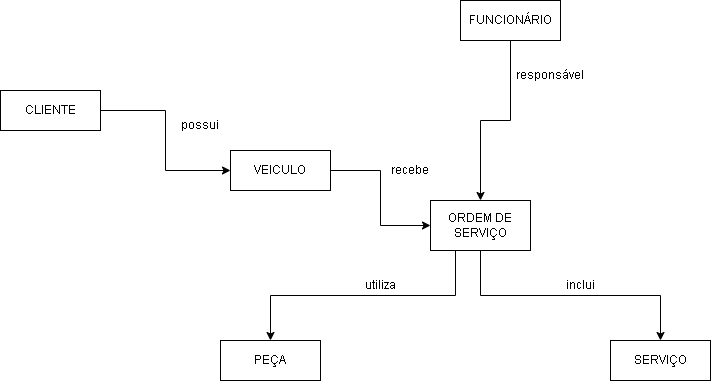
Earlier version of the draw.io export docs/database/diagrams/01-Simple-Diagram.png (Tittozo/Project-FeioDiesel). Source tidied: cells renumbered, new cells last; positions are measured from the earlier drawing's top-left corner, leaving out a move shared by most shapes.
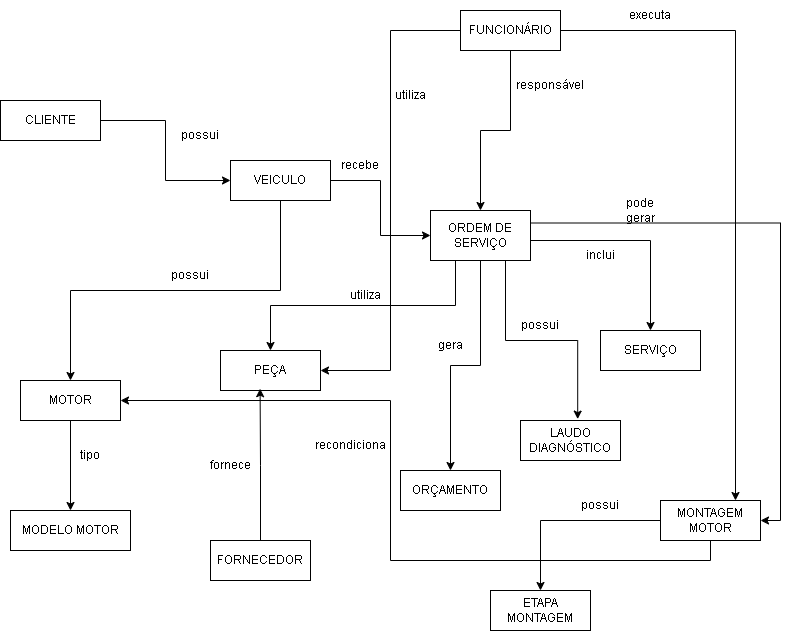
After the change.

What changed in the source:
```diff
@@ -11,15 +11,27 @@
     <mxCell id="4" style="edgeStyle=orthogonalEdgeStyle;rounded=0;jettySize=auto;html=1;entryX=0;entryY=0.5;entryDx=0;entryDy=0;" parent="1" edge="1" source="5" target="8">
       <mxGeometry relative="1" as="geometry" />
     </mxCell>
+    <mxCell id="18" style="edgeStyle=orthogonalEdgeStyle;rounded=0;jettySize=auto;html=1;exitX=0.5;exitY=1;exitDx=0;exitDy=0;entryX=0.5;entryY=0;entryDx=0;entryDy=0;" parent="1" edge="1" source="5" target="24">
+      <mxGeometry relative="1" as="geometry" />
+    </mxCell>
     <mxCell id="5" value="VEICULO" style="whiteSpace=wrap;html=1;align=center;" parent="1" vertex="1">
       <mxGeometry x="230" y="150" width="100" height="40" as="geometry" />
     </mxCell>
     <mxCell id="6" style="edgeStyle=orthogonalEdgeStyle;rounded=0;jettySize=auto;html=1;exitX=0.25;exitY=1;exitDx=0;exitDy=0;" parent="1" edge="1" source="8" target="13">
       <mxGeometry relative="1" as="geometry" />
     </mxCell>
-    <mxCell id="7" style="edgeStyle=orthogonalEdgeStyle;rounded=0;jettySize=auto;html=1;exitX=0.5;exitY=1;exitDx=0;exitDy=0;entryX=0.5;entryY=0;entryDx=0;entryDy=0;" parent="1" edge="1" source="8" target="11">
-      <mxGeometry relative="1" as="geometry" />
+    <mxCell id="7" style="edgeStyle=orthogonalEdgeStyle;rounded=0;orthogonalLoop=1;jettySize=auto;html=1;exitX=0.5;exitY=1;exitDx=0;exitDy=0;entryX=0.5;entryY=0;entryDx=0;entryDy=0;" parent="1" edge="1">
+      <mxGeometry relative="1" as="geometry">
+        <mxPoint x="470" y="230" as="sourcePoint" />
+        <mxPoint x="650" y="320" as="targetPoint" />
+      </mxGeometry>
     </mxCell>
+    <mxCell id="19" style="edgeStyle=orthogonalEdgeStyle;rounded=0;jettySize=auto;html=1;exitX=0.5;exitY=1;exitDx=0;exitDy=0;entryX=0.5;entryY=0;entryDx=0;entryDy=0;" parent="1" edge="1" source="8" target="28">
+      <mxGeometry relative="1" as="geometry" />
+    </mxCell>
+    <mxCell id="20" style="edgeStyle=orthogonalEdgeStyle;rounded=0;jettySize=auto;html=1;exitX=1;exitY=0.25;exitDx=0;exitDy=0;entryX=1;entryY=0.5;entryDx=0;entryDy=0;" parent="1" edge="1" source="8" target="35">
+      <mxGeometry relative="1" as="geometry" />
+    </mxCell>
     <mxCell id="8" value="ORDEM DE SERVIÇO" style="whiteSpace=wrap;html=1;align=center;" parent="1" vertex="1">
       <mxGeometry x="430" y="200" width="100" height="50" as="geometry" />
     </mxCell>
@@ -27,28 +39,100 @@
       <mxGeometry x="170" y="110" width="60" height="30" as="geometry" />
     </mxCell>
     <mxCell id="10" value="recebe" style="text;html=1;whiteSpace=wrap;strokeColor=none;fillColor=none;align=center;verticalAlign=middle;rounded=0;" parent="1" vertex="1">
-      <mxGeometry x="380" y="155" width="60" height="30" as="geometry" />
+      <mxGeometry x="330" y="140" width="60" height="30" as="geometry" />
     </mxCell>
     <mxCell id="11" value="SERVIÇO" style="whiteSpace=wrap;html=1;align=center;" parent="1" vertex="1">
-      <mxGeometry x="610" y="340" width="100" height="40" as="geometry" />
+      <mxGeometry x="600" y="320" width="100" height="40" as="geometry" />
     </mxCell>
     <mxCell id="12" value="inclui" style="text;html=1;whiteSpace=wrap;strokeColor=none;fillColor=none;align=center;verticalAlign=middle;rounded=0;" parent="1" vertex="1">
-      <mxGeometry x="550" y="270" width="60" height="30" as="geometry" />
+      <mxGeometry x="570" y="230" width="60" height="30" as="geometry" />
     </mxCell>
     <mxCell id="13" value="PEÇA" style="whiteSpace=wrap;html=1;align=center;" parent="1" vertex="1">
       <mxGeometry x="220" y="340" width="100" height="40" as="geometry" />
     </mxCell>
     <mxCell id="14" value="utiliza" style="text;html=1;whiteSpace=wrap;strokeColor=none;fillColor=none;align=center;verticalAlign=middle;rounded=0;" parent="1" vertex="1">
-      <mxGeometry x="350" y="270" width="60" height="30" as="geometry" />
+      <mxGeometry x="335" y="270" width="60" height="30" as="geometry" />
     </mxCell>
     <mxCell id="15" style="edgeStyle=orthogonalEdgeStyle;rounded=0;jettySize=auto;html=1;exitX=0.5;exitY=1;exitDx=0;exitDy=0;entryX=0.5;entryY=0;entryDx=0;entryDy=0;" parent="1" edge="1" source="16" target="8">
       <mxGeometry relative="1" as="geometry" />
     </mxCell>
+    <mxCell id="21" style="edgeStyle=orthogonalEdgeStyle;rounded=0;jettySize=auto;html=1;exitX=1;exitY=0.5;exitDx=0;exitDy=0;entryX=0.75;entryY=0;entryDx=0;entryDy=0;" parent="1" edge="1" source="16" target="35">
+      <mxGeometry relative="1" as="geometry" />
+    </mxCell>
+    <mxCell id="22" style="edgeStyle=orthogonalEdgeStyle;rounded=0;jettySize=auto;html=1;exitX=0;exitY=0.5;exitDx=0;exitDy=0;entryX=1;entryY=0.5;entryDx=0;entryDy=0;" parent="1" edge="1" source="16" target="13">
+      <mxGeometry relative="1" as="geometry" />
+    </mxCell>
     <mxCell id="16" value="FUNCIONÁRIO" style="whiteSpace=wrap;html=1;align=center;" parent="1" vertex="1">
       <mxGeometry x="460" width="100" height="40" as="geometry" />
     </mxCell>
     <mxCell id="17" value="responsável" style="text;html=1;whiteSpace=wrap;strokeColor=none;fillColor=none;align=center;verticalAlign=middle;rounded=0;" parent="1" vertex="1">
       <mxGeometry x="520" y="60" width="60" height="30" as="geometry" />
     </mxCell>
+    <mxCell id="23" style="edgeStyle=orthogonalEdgeStyle;rounded=0;jettySize=auto;html=1;exitX=0.5;exitY=1;exitDx=0;exitDy=0;entryX=0.5;entryY=0;entryDx=0;entryDy=0;" parent="1" edge="1" source="24" target="26">
+      <mxGeometry relative="1" as="geometry" />
+    </mxCell>
+    <mxCell id="24" value="MOTOR" style="whiteSpace=wrap;html=1;align=center;" parent="1" vertex="1">
+      <mxGeometry x="20" y="370" width="100" height="40" as="geometry" />
+    </mxCell>
+    <mxCell id="25" value="possui" style="text;html=1;whiteSpace=wrap;strokeColor=none;fillColor=none;align=center;verticalAlign=middle;rounded=0;" parent="1" vertex="1">
+      <mxGeometry x="160" y="250" width="60" height="30" as="geometry" />
+    </mxCell>
+    <mxCell id="26" value="MODELO MOTOR" style="whiteSpace=wrap;html=1;align=center;" parent="1" vertex="1">
+      <mxGeometry x="10" y="500" width="120" height="40" as="geometry" />
+    </mxCell>
+    <mxCell id="27" value="tipo" style="text;html=1;whiteSpace=wrap;strokeColor=none;fillColor=none;align=center;verticalAlign=middle;rounded=0;" parent="1" vertex="1">
+      <mxGeometry x="60" y="430" width="60" height="30" as="geometry" />
+    </mxCell>
+    <mxCell id="28" value="ORÇAMENTO" style="whiteSpace=wrap;html=1;align=center;" parent="1" vertex="1">
+      <mxGeometry x="400" y="460" width="100" height="40" as="geometry" />
+    </mxCell>
+    <mxCell id="29" value="gera" style="text;html=1;whiteSpace=wrap;strokeColor=none;fillColor=none;align=center;verticalAlign=middle;rounded=0;" parent="1" vertex="1">
+      <mxGeometry x="420" y="320" width="60" height="30" as="geometry" />
+    </mxCell>
+    <mxCell id="30" value="LAUDO&lt;div&gt;DIAGNÓSTICO&lt;/div&gt;" style="whiteSpace=wrap;html=1;align=center;" parent="1" vertex="1">
+      <mxGeometry x="520" y="410" width="100" height="40" as="geometry" />
+    </mxCell>
+    <mxCell id="31" style="edgeStyle=orthogonalEdgeStyle;rounded=0;jettySize=auto;html=1;exitX=0.75;exitY=1;exitDx=0;exitDy=0;entryX=0.572;entryY=-0.035;entryDx=0;entryDy=0;entryPerimeter=0;" parent="1" edge="1" source="8" target="30">
+      <mxGeometry relative="1" as="geometry" />
+    </mxCell>
+    <mxCell id="32" value="possui" style="text;html=1;whiteSpace=wrap;strokeColor=none;fillColor=none;align=center;verticalAlign=middle;rounded=0;" parent="1" vertex="1">
+      <mxGeometry x="510" y="300" width="60" height="30" as="geometry" />
+    </mxCell>
+    <mxCell id="33" style="edgeStyle=orthogonalEdgeStyle;rounded=0;jettySize=auto;html=1;exitX=0;exitY=0.5;exitDx=0;exitDy=0;entryX=0.5;entryY=0;entryDx=0;entryDy=0;" parent="1" edge="1" source="35" target="36">
+      <mxGeometry relative="1" as="geometry" />
+    </mxCell>
+    <mxCell id="34" style="edgeStyle=orthogonalEdgeStyle;rounded=0;jettySize=auto;html=1;exitX=0.5;exitY=1;exitDx=0;exitDy=0;entryX=1;entryY=0.5;entryDx=0;entryDy=0;" parent="1" edge="1" source="35" target="24">
+      <mxGeometry relative="1" as="geometry" />
+    </mxCell>
+    <mxCell id="35" value="MONTAGEM&lt;div&gt;MOTOR&lt;/div&gt;" style="whiteSpace=wrap;html=1;align=center;" parent="1" vertex="1">
+      <mxGeometry x="660" y="490" width="100" height="40" as="geometry" />
+    </mxCell>
+    <mxCell id="36" value="ETAPA&lt;div&gt;MONTAGEM&lt;/div&gt;" style="whiteSpace=wrap;html=1;align=center;" parent="1" vertex="1">
+      <mxGeometry x="490" y="580" width="100" height="40" as="geometry" />
+    </mxCell>
+    <mxCell id="37" value="pode gerar" style="text;html=1;whiteSpace=wrap;strokeColor=none;fillColor=none;align=center;verticalAlign=middle;rounded=0;" parent="1" vertex="1">
+      <mxGeometry x="610" y="185" width="60" height="30" as="geometry" />
+    </mxCell>
+    <mxCell id="38" value="possui" style="text;html=1;whiteSpace=wrap;strokeColor=none;fillColor=none;align=center;verticalAlign=middle;rounded=0;" parent="1" vertex="1">
+      <mxGeometry x="570" y="480" width="60" height="30" as="geometry" />
+    </mxCell>
+    <mxCell id="39" value="FORNECEDOR" style="whiteSpace=wrap;html=1;align=center;" parent="1" vertex="1">
+      <mxGeometry x="210" y="530" width="100" height="40" as="geometry" />
+    </mxCell>
+    <mxCell id="40" style="edgeStyle=orthogonalEdgeStyle;rounded=0;jettySize=auto;html=1;exitX=0.5;exitY=0;exitDx=0;exitDy=0;entryX=0.396;entryY=0.955;entryDx=0;entryDy=0;entryPerimeter=0;" parent="1" edge="1" source="39" target="13">
+      <mxGeometry relative="1" as="geometry" />
+    </mxCell>
+    <mxCell id="41" value="fornece" style="text;html=1;whiteSpace=wrap;strokeColor=none;fillColor=none;align=center;verticalAlign=middle;rounded=0;" parent="1" vertex="1">
+      <mxGeometry x="200" y="440" width="60" height="30" as="geometry" />
+    </mxCell>
+    <mxCell id="42" value="executa" style="text;html=1;whiteSpace=wrap;strokeColor=none;fillColor=none;align=center;verticalAlign=middle;rounded=0;" parent="1" vertex="1">
+      <mxGeometry x="620" y="-10" width="60" height="30" as="geometry" />
+    </mxCell>
+    <mxCell id="43" value="utiliza" style="text;html=1;whiteSpace=wrap;strokeColor=none;fillColor=none;align=center;verticalAlign=middle;rounded=0;" parent="1" vertex="1">
+      <mxGeometry x="380" y="70" width="60" height="30" as="geometry" />
+    </mxCell>
+    <mxCell id="44" value="recondiciona" style="text;html=1;whiteSpace=wrap;strokeColor=none;fillColor=none;align=center;verticalAlign=middle;rounded=0;" parent="1" vertex="1">
+      <mxGeometry x="320" y="420" width="60" height="30" as="geometry" />
+    </mxCell>
   </root>
 </mxGraphModel>
```
